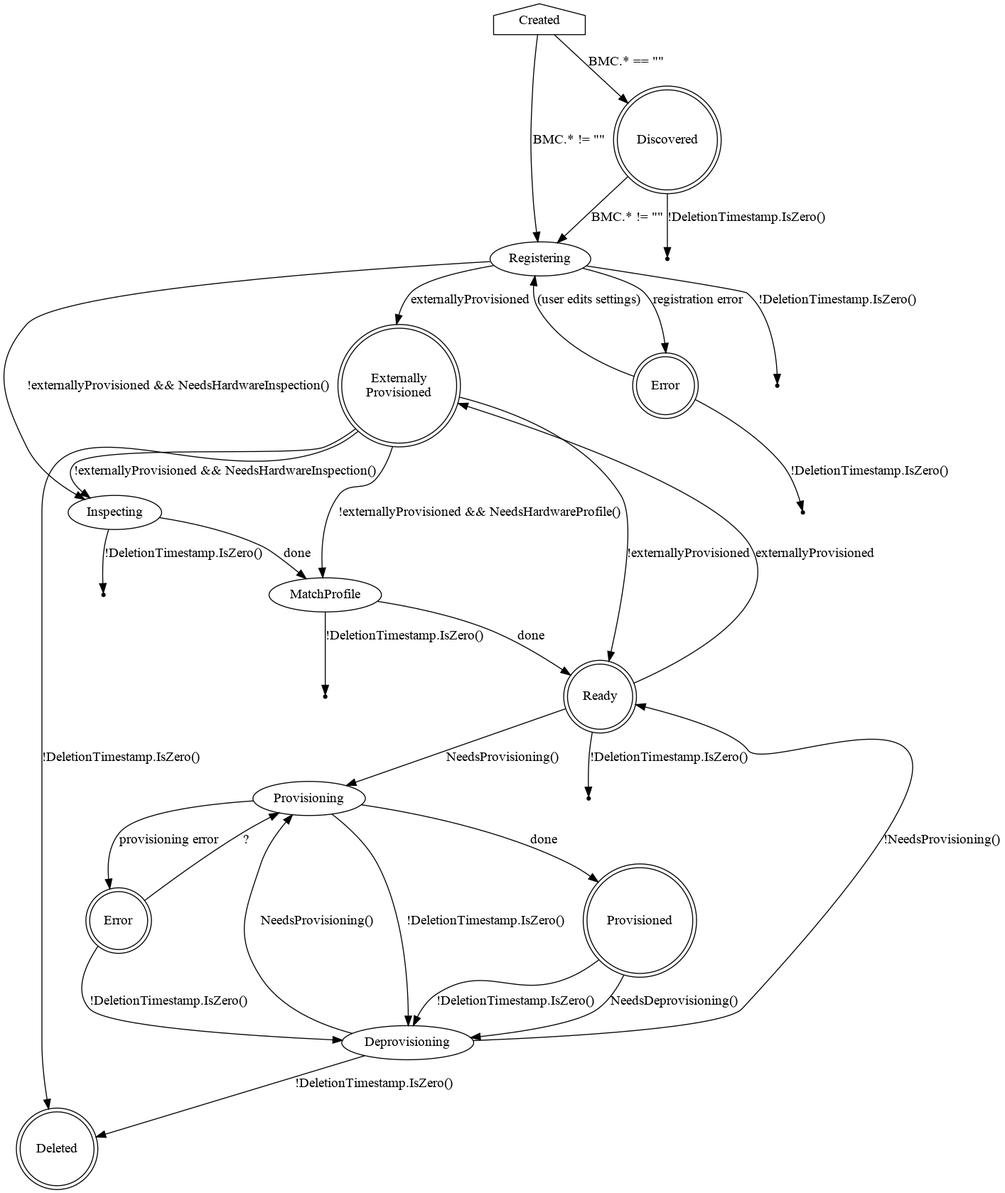
Above: docs/BaremetalHost_ProvisioningState.png in metal3-io/baremetal-operator (Graphviz), before the change. Its source is kept beside it as docs/BaremetalHost_ProvisioningState.dot.
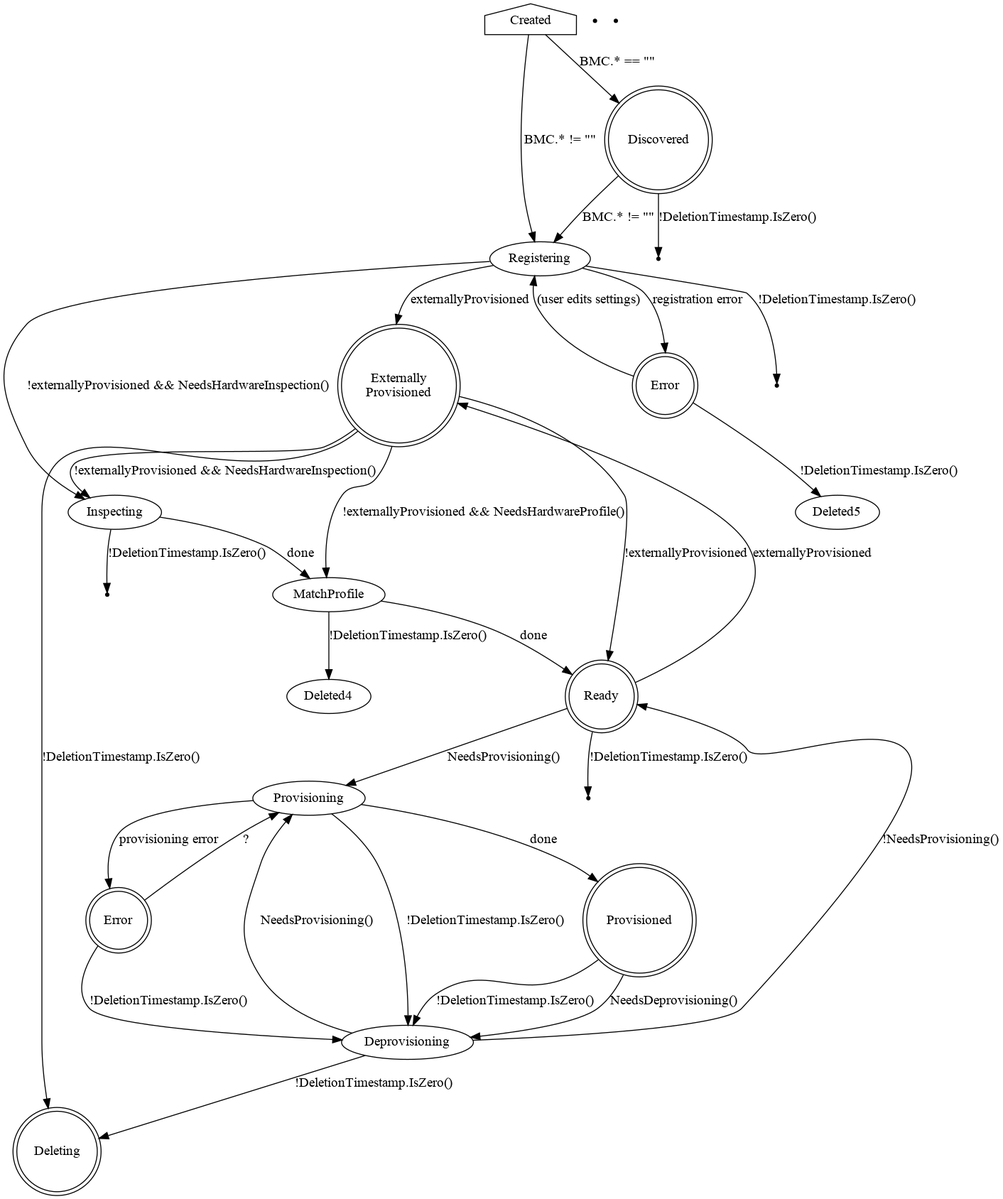
The same file after the commit.

Commit message:
Add a new Deleting state

What changed in the source:
```diff
@@ -5,18 +5,18 @@
 
     Discovered [shape=doublecircle]
     Discovered -> Registering [label="BMC.* != \"\""]
-    Discovered -> Deleted1 [label="!DeletionTimestamp.IsZero()"]
+    Discovered -> Deleting1 [label="!DeletionTimestamp.IsZero()"]
 
-    Deleted1 [shape=point]
+    Deleting1 [shape=point]
 
     ExternallyProvisioned [label="Externally\nProvisioned"]
 
     Registering -> Inspecting [label="!externallyProvisioned && NeedsHardwareInspection()"]
     Registering -> ExternallyProvisioned [label="externallyProvisioned"]
     Registering -> RegistrationError [shape=doublecircle label="registration error"]
-    Registering -> Deleted2 [label="!DeletionTimestamp.IsZero()"]
+    Registering -> Deleting2 [label="!DeletionTimestamp.IsZero()"]
 
-    Deleted2 [shape=point]
+    Deleting2 [shape=point]
 
     ExternallyProvisioned -> Inspecting [label="!externallyProvisioned && NeedsHardwareInspection()"]
     ExternallyProvisioned -> MatchProfile [label="!externallyProvisioned && NeedsHardwareProfile()"]
@@ -24,26 +24,26 @@
     Ready -> ExternallyProvisioned [label="externallyProvisioned"]
 
     Inspecting -> MatchProfile [label="done"]
-    Inspecting -> Deleted3 [label="!DeletionTimestamp.IsZero()"]
+    Inspecting -> Deleting3 [label="!DeletionTimestamp.IsZero()"]
 
-    Deleted3 [shape=point]
+    Deleting3 [shape=point]
 
     MatchProfile -> Ready [label="done"]
     MatchProfile -> Deleted4 [label="!DeletionTimestamp.IsZero()"]
 
-    Deleted4 [shape=point]
+    Deleting4 [shape=point]
 
     RegistrationError [shape=doublecircle label="Error"]
     RegistrationError -> Registering [label="(user edits settings)"]
     RegistrationError -> Deleted5 [label="!DeletionTimestamp.IsZero()"]
 
-    Deleted5 [shape=point]
+    Deleting5 [shape=point]
 
     Ready [shape=doublecircle]
     Ready -> Provisioning [label="NeedsProvisioning()"]
-    Ready -> Deleted6 [label="!DeletionTimestamp.IsZero()"]
+    Ready -> Deleting6 [label="!DeletionTimestamp.IsZero()"]
 
-    Deleted6 [shape=point]
+    Deleting6 [shape=point]
 
     Provisioning -> Provisioned [label=done]
     Provisioning -> ProvisioningError [label="provisioning error"]
@@ -58,11 +58,11 @@
     Provisioned -> Deprovisioning [label="!DeletionTimestamp.IsZero()"]
 
     ExternallyProvisioned [shape=doublecircle]
-    ExternallyProvisioned -> Deleted [label="!DeletionTimestamp.IsZero()"]
+    ExternallyProvisioned -> Deleting [label="!DeletionTimestamp.IsZero()"]
 
     Deprovisioning -> Provisioning [label="NeedsProvisioning()"]
     Deprovisioning -> Ready [label="!NeedsProvisioning()"]
-    Deprovisioning -> Deleted [label="!DeletionTimestamp.IsZero()"]
+    Deprovisioning -> Deleting [label="!DeletionTimestamp.IsZero()"]
 
-    Deleted [shape=doublecircle]
+    Deleting [shape=doublecircle]
 }
```
